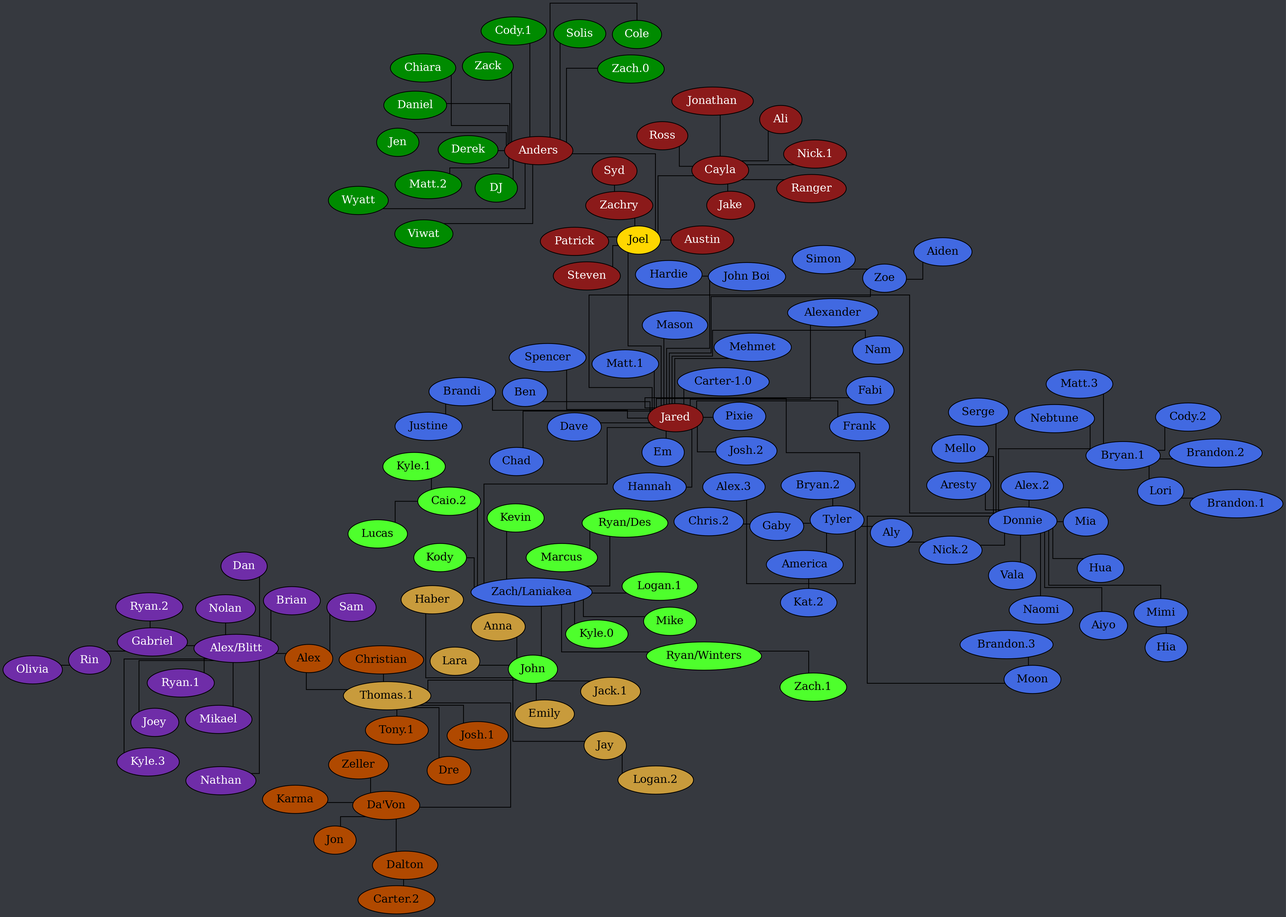
Before: tree.png, a diagram exported from Graphviz (Documidas/CoronaCatzFamilyTree). Its source is kept beside it as tree.dot.
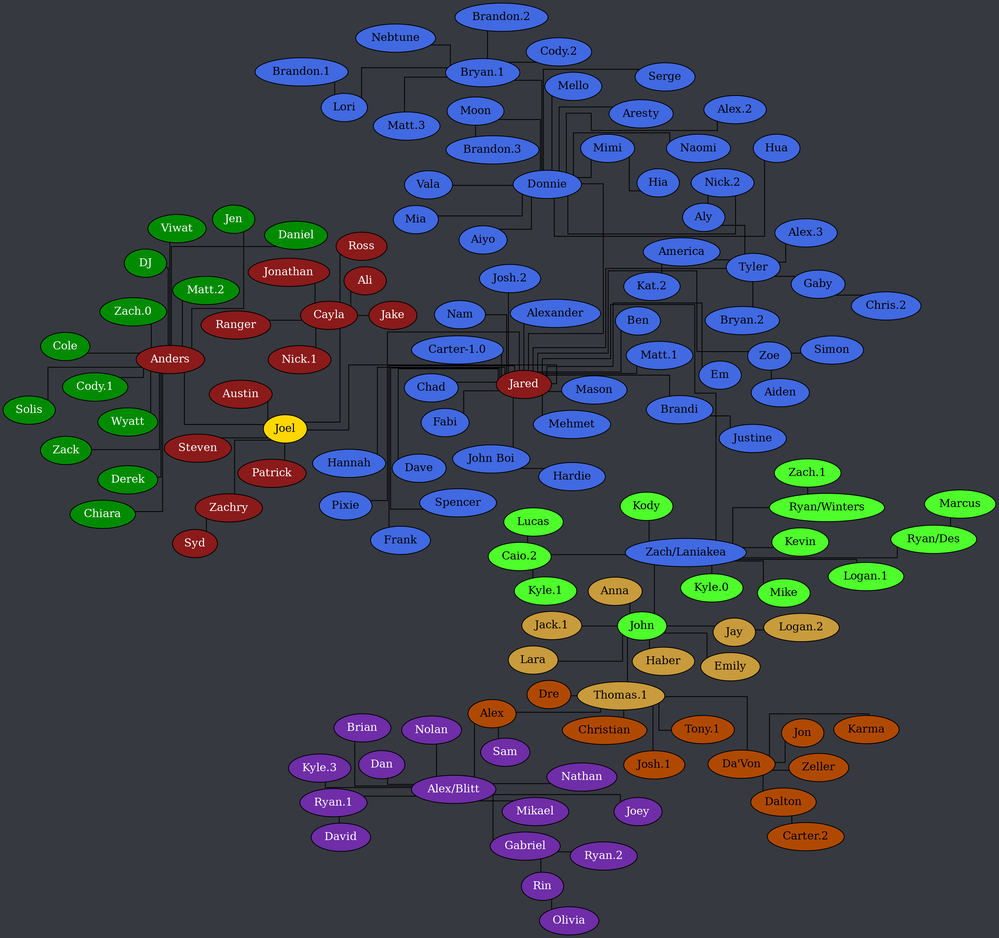
The same diagram one commit later.

What changed in the source:
```diff
@@ -173,5 +173,6 @@
 		Gabriel -- Rin;
 		Gabriel -- "Ryan.2";
 		Rin -- Olivia;
+		"Ryan.1" -- David;
 	}
 }
```
